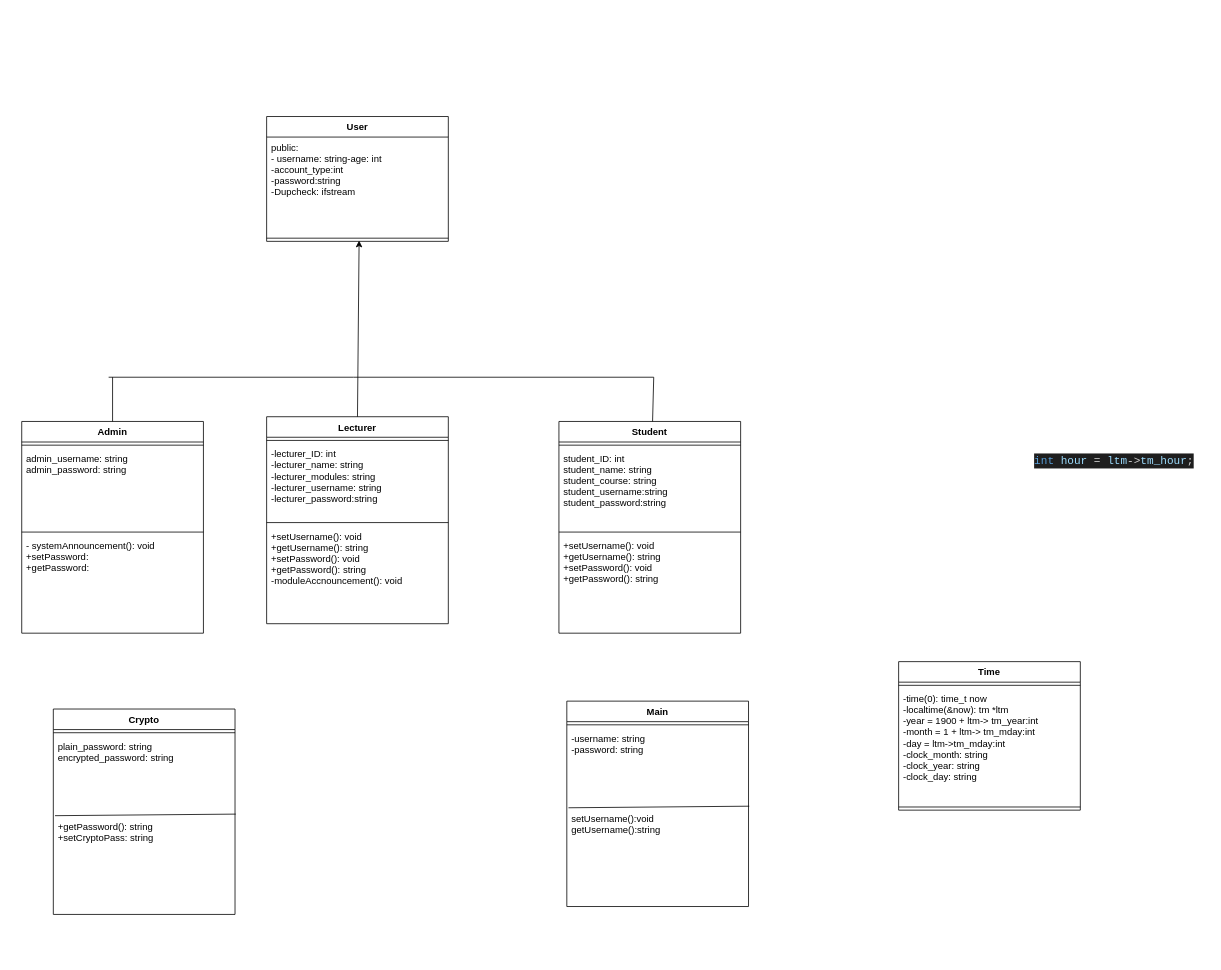
Earlier version of the draw.io diagram UML Design (MG)/SecureProgUML(30014095).drawio (mgreen01/Secure-Programming-Project). Source tidied: cells renumbered, new cells numbered last; positions are measured from the earlier drawing's top-left corner, leaving out a move shared by most shapes. Both pictures are drawn from the tidied source at 79%, with x=0, y=0 at pixel (21, 116).
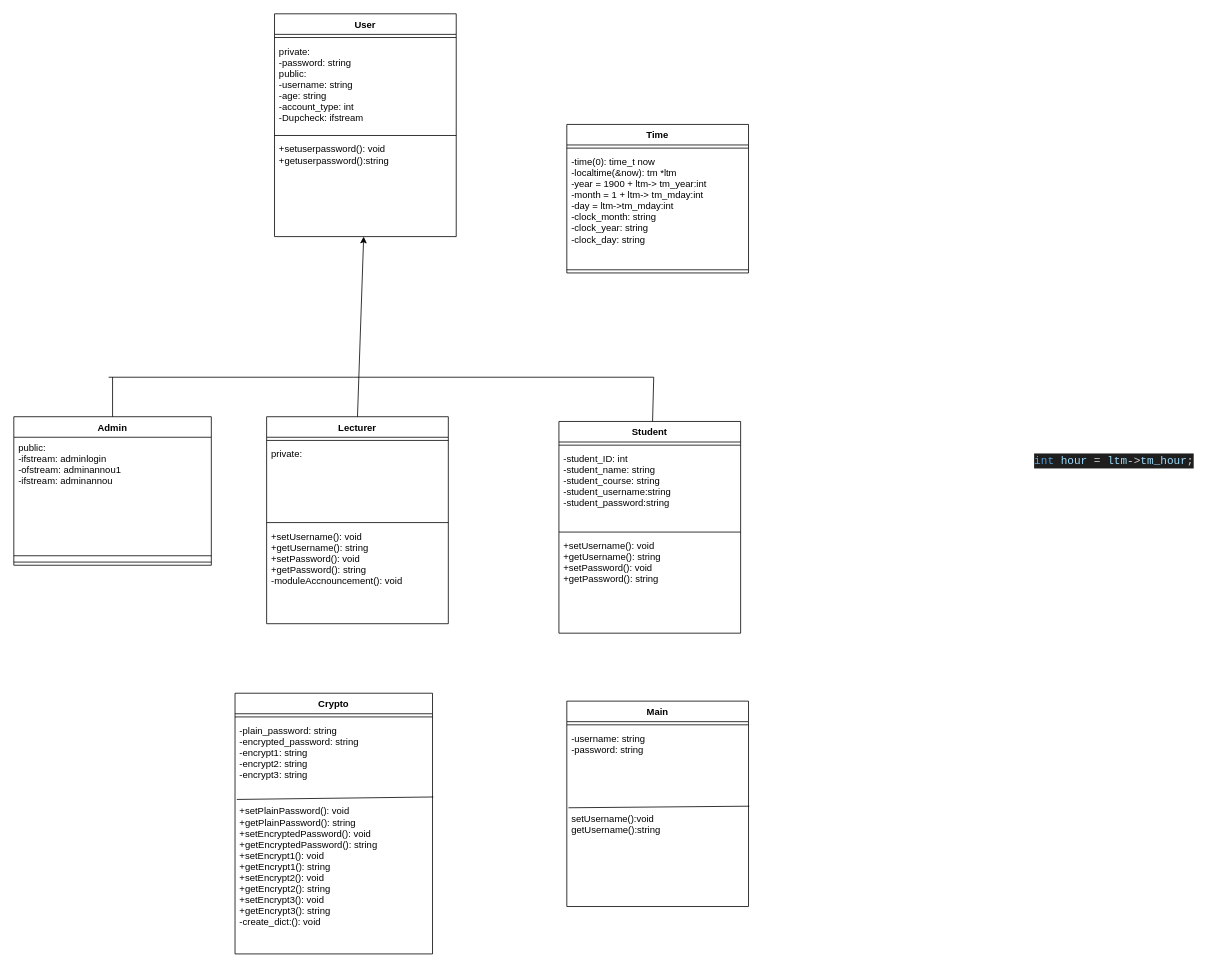
After the change.

Unchanged cells that the change refers to:
```xml
<mxCell id="10" value="Student" style="swimlane;fontStyle=1;align=center;verticalAlign=top;horizontal=1;startSize=26;" parent="1" vertex="1">
  <mxGeometry x="680" y="386" width="230" height="268" as="geometry" />
</mxCell>
<mxCell id="15" value="Lecturer" style="swimlane;fontStyle=1;align=center;verticalAlign=top;horizontal=1;startSize=26;" parent="1" vertex="1">
  <mxGeometry x="310" y="380" width="230" height="262" as="geometry" />
</mxCell>
```

Change to the diagram source:
```diff
@@
-    <mxCell id="2" value="User" style="swimlane;fontStyle=1;align=center;verticalAlign=top;horizontal=1;startSize=26;" parent="1" vertex="1">
-      <mxGeometry x="310" width="230" height="158" as="geometry" />
-    </mxCell>
-    <mxCell id="3" value="public:&#10;- username: string-age: int&#10;-account_type:int&#10;-password:string&#10;-Dupcheck: ifstream&#10;&#10;" style="text;strokeColor=none;fillColor=none;align=left;verticalAlign=top;spacingLeft=4;spacingRight=4;overflow=hidden;" parent="2" vertex="1">
-      <mxGeometry y="26" width="230" height="124" as="geometry" />
-    </mxCell>
-    <mxCell id="4" style="line;strokeWidth=1;fillColor=none;align=left;verticalAlign=middle;spacingTop=-1;spacingLeft=3;spacingRight=3;labelPosition=right;points=[];portConstraint=eastwest;" parent="2" vertex="1">
-      <mxGeometry y="150" width="230" height="8" as="geometry" />
-    </mxCell>
     <mxCell id="5" value="Crypto" style="swimlane;fontStyle=1;align=center;verticalAlign=top;horizontal=1;startSize=26;" parent="1" vertex="1">
-      <mxGeometry x="40" y="750" width="230" height="260" as="geometry" />
+      <mxGeometry x="270" y="730" width="250" height="330" as="geometry" />
     </mxCell>
     <mxCell id="6" style="line;strokeWidth=1;fillColor=none;align=left;verticalAlign=middle;spacingTop=-1;spacingLeft=3;spacingRight=3;labelPosition=right;" parent="5" vertex="1">
-      <mxGeometry y="26" width="230" height="8" as="geometry" />
+      <mxGeometry y="26" width="250" height="8" as="geometry" />
     </mxCell>
-    <mxCell id="7" value="plain_password: string&#10;encrypted_password: string&#10;" style="text;strokeColor=none;fillColor=none;align=left;verticalAlign=top;spacingLeft=4;spacingRight=4;overflow=hidden;" parent="5" vertex="1">
-      <mxGeometry y="34" width="230" height="102" as="geometry" />
+    <mxCell id="7" value="-plain_password: string&#10;-encrypted_password: string&#10;-encrypt1: string&#10;-encrypt2: string&#10;-encrypt3: string&#10;" style="text;strokeColor=none;fillColor=none;align=left;verticalAlign=top;spacingLeft=4;spacingRight=4;overflow=hidden;" parent="5" vertex="1">
+      <mxGeometry y="34" width="250" height="102" as="geometry" />
     </mxCell>
-    <mxCell id="8" value="+getPassword(): string&#10;+setCryptoPass: string&#10;" style="text;strokeColor=none;fillColor=none;align=left;verticalAlign=top;spacingLeft=4;spacingRight=4;overflow=hidden;points=[[0,0.5],[1,0.5]];portConstraint=eastwest;" parent="5" vertex="1">
-      <mxGeometry y="136" width="230" height="124" as="geometry" />
+    <mxCell id="8" value="+setPlainPassword(): void&#10;+getPlainPassword(): string&#10;+setEncryptedPassword(): void&#10;+getEncryptedPassword(): string&#10;+setEncrypt1(): void&#10;+getEncrypt1(): string&#10;+setEncrypt2(): void&#10;+getEncrypt2(): string&#10;+setEncrypt3(): void&#10;+getEncrypt3(): string&#10;-create_dict:(): void&#10;&#10;&#10;&#10;&#10;&#10;" style="text;strokeColor=none;fillColor=none;align=left;verticalAlign=top;spacingLeft=4;spacingRight=4;overflow=hidden;points=[[0,0.5],[1,0.5]];portConstraint=eastwest;" parent="5" vertex="1">
+      <mxGeometry y="136" width="250" height="194" as="geometry" />
     </mxCell>
@@
-    <mxCell id="12" value="student_ID: int&#10;student_name: string&#10;student_course: string&#10;student_username:string&#10;student_password:string&#10;&#10;" style="text;strokeColor=none;fillColor=none;align=left;verticalAlign=top;spacingLeft=4;spacingRight=4;overflow=hidden;" parent="10" vertex="1">
+    <mxCell id="12" value="-student_ID: int&#10;-student_name: string&#10;-student_course: string&#10;-student_username:string&#10;-student_password:string&#10;&#10;" style="text;strokeColor=none;fillColor=none;align=left;verticalAlign=top;spacingLeft=4;spacingRight=4;overflow=hidden;" parent="10" vertex="1">
       <mxGeometry y="34" width="230" height="102" as="geometry" />
     </mxCell>
@@
-    <mxCell id="17" value="-lecturer_ID: int&#10;-lecturer_name: string&#10;-lecturer_modules: string&#10;-lecturer_username: string&#10;-lecturer_password:string&#10;&#10;" style="text;strokeColor=none;fillColor=none;align=left;verticalAlign=top;spacingLeft=4;spacingRight=4;overflow=hidden;" parent="15" vertex="1">
+    <mxCell id="17" value="private:&#10;" style="text;strokeColor=none;fillColor=none;align=left;verticalAlign=top;spacingLeft=4;spacingRight=4;overflow=hidden;" parent="15" vertex="1">
       <mxGeometry y="34" width="230" height="96" as="geometry" />
     </mxCell>
@@
     <mxCell id="20" value="Admin" style="swimlane;fontStyle=1;align=center;verticalAlign=top;horizontal=1;startSize=26;" parent="1" vertex="1">
-      <mxGeometry y="386" width="230" height="268" as="geometry" />
+      <mxGeometry x="-10" y="380" width="250" height="188" as="geometry" />
     </mxCell>
+    <mxCell id="40" value="public:&#10;-ifstream: adminlogin&#10;-ofstream: adminannou1&#10;-ifstream: adminannou&#10;" style="text;strokeColor=none;fillColor=none;align=left;verticalAlign=top;spacingLeft=4;spacingRight=4;overflow=hidden;" parent="20" vertex="1">
+      <mxGeometry y="26" width="250" height="146" as="geometry" />
+    </mxCell>
     <mxCell id="21" style="line;strokeWidth=1;fillColor=none;align=left;verticalAlign=middle;spacingTop=-1;spacingLeft=3;spacingRight=3;labelPosition=right;" parent="20" vertex="1">
-      <mxGeometry y="26" width="230" height="8" as="geometry" />
+      <mxGeometry y="172" width="250" height="8" as="geometry" />
     </mxCell>
-    <mxCell id="22" value="admin_username: string&#10;admin_password: string&#10;" style="text;strokeColor=none;fillColor=none;align=left;verticalAlign=top;spacingLeft=4;spacingRight=4;overflow=hidden;" parent="20" vertex="1">
-      <mxGeometry y="34" width="230" height="102" as="geometry" />
-    </mxCell>
     <mxCell id="23" style="line;strokeWidth=1;fillColor=none;align=left;verticalAlign=middle;spacingTop=-1;spacingLeft=3;spacingRight=3;labelPosition=right;" parent="20" vertex="1">
-      <mxGeometry y="136" width="230" height="8" as="geometry" />
+      <mxGeometry y="180" width="250" height="8" as="geometry" />
     </mxCell>
-    <mxCell id="24" value="- systemAnnouncement(): void&#10;+setPassword:&#10;+getPassword:&#10;" style="text;strokeColor=none;fillColor=none;align=left;verticalAlign=top;spacingLeft=4;spacingRight=4;overflow=hidden;" parent="20" vertex="1">
-      <mxGeometry y="144" width="230" height="124" as="geometry" />
-    </mxCell>
-    <mxCell id="25" style="endArrow=classic;html=1;exitX=0.5;exitY=0;exitDx=0;exitDy=0;entryX=0.509;entryY=0.875;entryDx=0;entryDy=0;entryPerimeter=0;" parent="1" edge="1" source="15" target="4">
+    <mxCell id="25" style="endArrow=classic;html=1;exitX=0.5;exitY=0;exitDx=0;exitDy=0;" parent="1" edge="1" source="15" target="43">
       <mxGeometry relative="1" as="geometry" />
     </mxCell>
     <mxCell id="26" value="Time" style="swimlane;fontStyle=1;align=center;verticalAlign=top;horizontal=1;startSize=26;" parent="1" vertex="1">
-      <mxGeometry x="1110" y="690" width="230" height="188" as="geometry" />
+      <mxGeometry x="690" y="10" width="230" height="188" as="geometry" />
     </mxCell>
@@
+    <mxCell id="2" value="User" style="swimlane;fontStyle=1;align=center;verticalAlign=top;horizontal=1;startSize=26;" parent="1" vertex="1">
+      <mxGeometry x="320" y="-130" width="230" height="282" as="geometry" />
+    </mxCell>
+    <mxCell id="41" style="line;strokeWidth=1;fillColor=none;align=left;verticalAlign=middle;spacingTop=-1;spacingLeft=3;spacingRight=3;labelPosition=right;" parent="2" vertex="1">
+      <mxGeometry y="26" width="230" height="8" as="geometry" />
+    </mxCell>
+    <mxCell id="42" value="private:&#10;-password: string&#10;public:&#10;-username: string&#10;-age: string&#10;-account_type: int&#10;-Dupcheck: ifstream&#10; &#10;&#10;&#10;" style="text;strokeColor=none;fillColor=none;align=left;verticalAlign=top;spacingLeft=4;spacingRight=4;overflow=hidden;" parent="2" vertex="1">
+      <mxGeometry y="34" width="230" height="116" as="geometry" />
+    </mxCell>
+    <mxCell id="4" style="line;strokeWidth=1;fillColor=none;align=left;verticalAlign=middle;spacingTop=-1;spacingLeft=3;spacingRight=3;labelPosition=right;points=[];portConstraint=eastwest;" parent="2" vertex="1">
+      <mxGeometry y="150" width="230" height="8" as="geometry" />
+    </mxCell>
+    <mxCell id="43" value="+setuserpassword(): void&#10;+getuserpassword():string&#10;" style="text;strokeColor=none;fillColor=none;align=left;verticalAlign=top;spacingLeft=4;spacingRight=4;overflow=hidden;points=[[0,0.5],[1,0.5]];portConstraint=eastwest;" parent="2" vertex="1">
+      <mxGeometry y="158" width="230" height="124" as="geometry" />
+    </mxCell>
```
